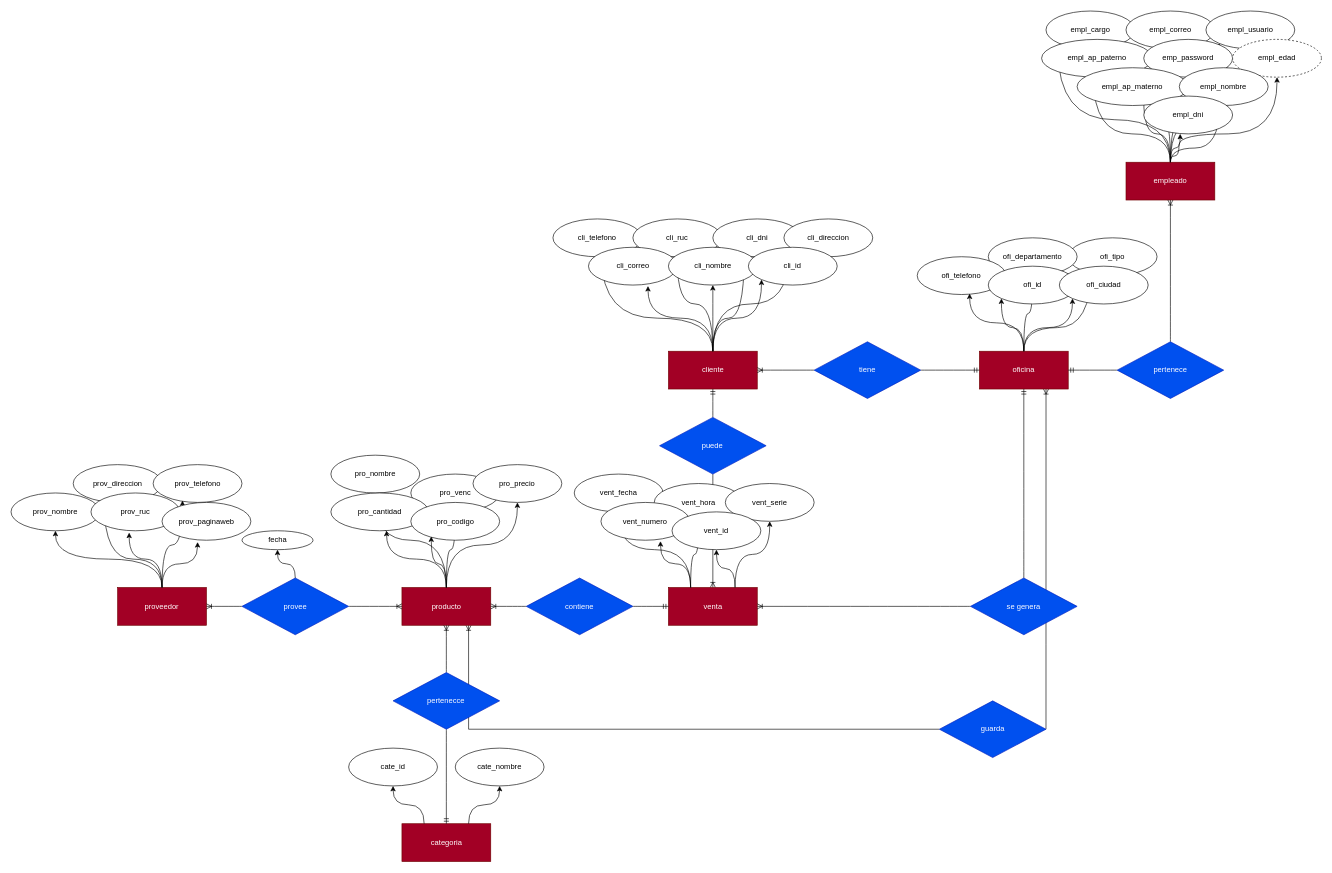
armindnwyr/tda3 keeps this draw.io diagram as sistema de venta.drawio. Above is the earlier version. Source tidied: cells renumbered, new cells numbered last; positions are measured from the earlier drawing's top-left corner, leaving out a move shared by most shapes. Both pictures are drawn from the tidied source at 63%, with x=0, y=0 at pixel (11, 11).
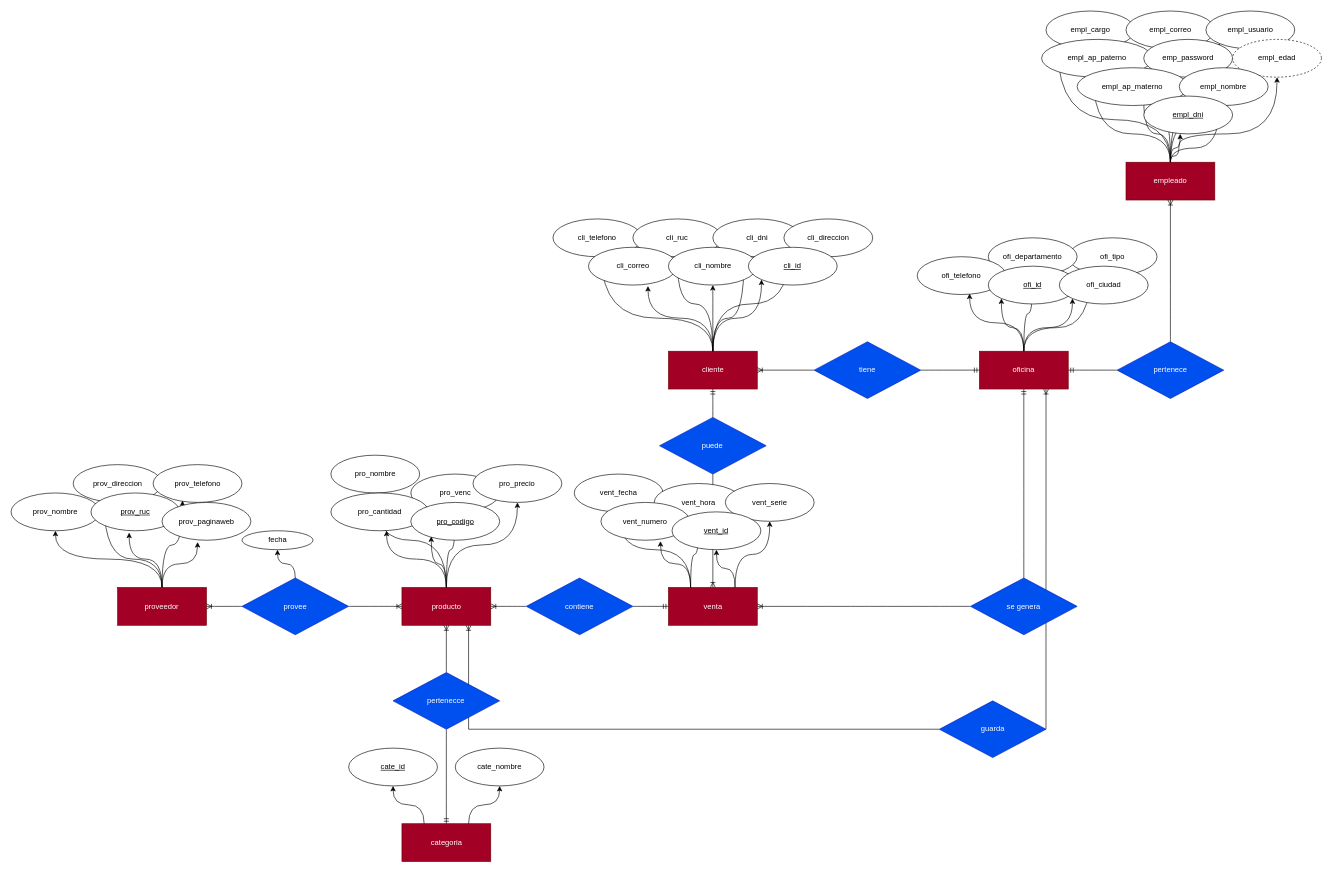
After the change.

The change refers to these unchanged cells:
```xml
<mxCell id="2" style="group;strokeWidth=1;spacing=2;" parent="1" vertex="1">
  <mxGeometry width="2080" height="1350" as="geometry" />
</mxCell>
```

What changed in the source:
```diff
@@
-    <mxCell id="34" value="cli_id" style="ellipse;whiteSpace=wrap;align=center;strokeWidth=1;spacing=2;" parent="2" vertex="1">
+    <mxCell id="34" value="cli_id" style="ellipse;whiteSpace=wrap;align=center;strokeWidth=1;spacing=2;fontStyle=4;" parent="2" vertex="1">
       <mxGeometry x="1170.4" y="375" width="141" height="60" as="geometry" />
     </mxCell>
@@
-    <mxCell id="46" value="empl_dni" style="ellipse;whiteSpace=wrap;align=center;strokeWidth=1;spacing=2;" parent="2" vertex="1">
+    <mxCell id="46" value="empl_dni" style="ellipse;whiteSpace=wrap;align=center;strokeWidth=1;spacing=2;fontStyle=4;" parent="2" vertex="1">
       <mxGeometry x="1798" y="135" width="141" height="60" as="geometry" />
     </mxCell>
@@
-    <mxCell id="53" value="ofi_id" style="ellipse;whiteSpace=wrap;align=center;strokeWidth=1;spacing=2;" parent="2" vertex="1">
+    <mxCell id="53" value="ofi_id" style="ellipse;whiteSpace=wrap;align=center;strokeWidth=1;spacing=2;fontStyle=4;" parent="2" vertex="1">
       <mxGeometry x="1551.2" y="405" width="141" height="60" as="geometry" />
     </mxCell>
@@
-    <mxCell id="65" value="vent_id" style="ellipse;whiteSpace=wrap;align=center;strokeWidth=1;spacing=2;" parent="2" vertex="1">
+    <mxCell id="65" value="vent_id" style="ellipse;whiteSpace=wrap;align=center;strokeWidth=1;spacing=2;fontStyle=4;" parent="2" vertex="1">
       <mxGeometry x="1049.2" y="795" width="141" height="60" as="geometry" />
     </mxCell>
@@
-    <mxCell id="75" value="pro_codigo" style="ellipse;whiteSpace=wrap;align=center;strokeWidth=1;spacing=2;" parent="2" vertex="1">
+    <mxCell id="75" value="pro_codigo" style="ellipse;whiteSpace=wrap;align=center;strokeWidth=1;spacing=2;fontStyle=4;" parent="2" vertex="1">
       <mxGeometry x="634.6" y="780" width="141" height="60" as="geometry" />
     </mxCell>
@@
-    <mxCell id="79" value="cate_id" style="ellipse;whiteSpace=wrap;align=center;strokeWidth=1;spacing=2;" parent="2" vertex="1">
+    <mxCell id="79" value="cate_id" style="ellipse;whiteSpace=wrap;align=center;strokeWidth=1;spacing=2;fontStyle=4;" parent="2" vertex="1">
       <mxGeometry x="535.9" y="1170" width="141" height="60" as="geometry" />
     </mxCell>
@@
-    <mxCell id="83" value="prov_ruc" style="ellipse;whiteSpace=wrap;align=center;strokeWidth=1;spacing=2;" parent="2" vertex="1">
+    <mxCell id="83" value="prov_ruc" style="ellipse;whiteSpace=wrap;align=center;strokeWidth=1;spacing=2;fontStyle=4;" parent="2" vertex="1">
       <mxGeometry x="126.9" y="765" width="141" height="60" as="geometry" />
     </mxCell>
```
